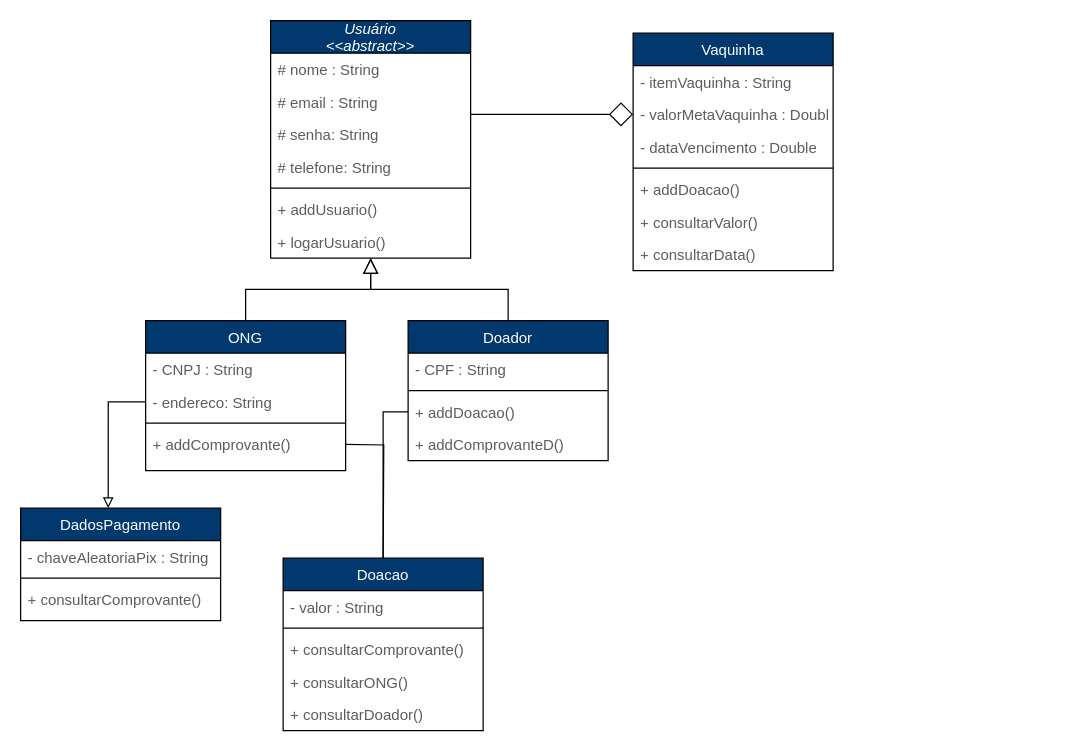
apires-roberta/bp keeps this draw.io diagram as BetterPlaceBE/DiagramadeClasses-06.drawio. Above is the earlier version. Source tidied: cells renumbered, new cells numbered last; positions are measured from the earlier drawing's top-left corner, leaving out a move shared by most shapes. Both pictures are drawn from the tidied source at 125%, with x=0, y=0 at pixel (20, 20).
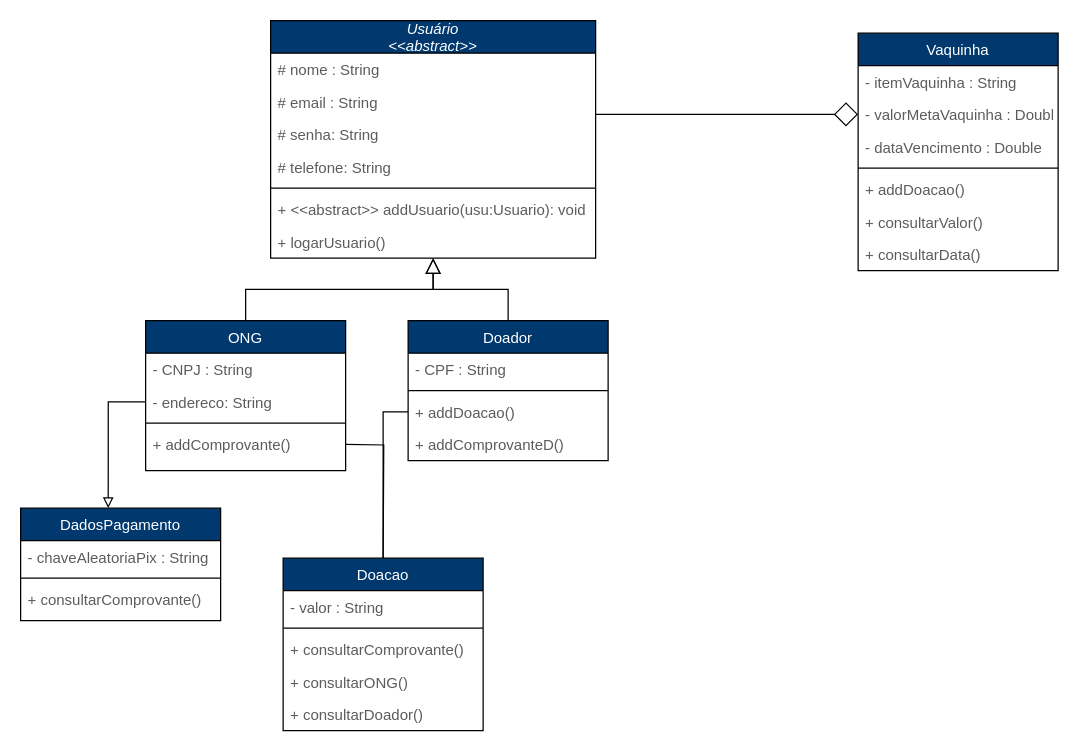
After the change.

Commit message:
diagrama de classe v1.1

Diff of the diagram source:
```diff
@@
     <mxCell id="2" value="Usuário&#10;&lt;&lt;abstract&gt;&gt;" style="swimlane;fontStyle=2;align=center;verticalAlign=middle;horizontal=1;startSize=26;rounded=0;shadow=0;strokeWidth=1;fillColor=#01396F;strokeColor=#000000;fontColor=#FFFFFF;" parent="1" vertex="1">
-      <mxGeometry x="200" width="160" height="190" as="geometry" />
+      <mxGeometry x="200" width="260" height="190" as="geometry" />
     </mxCell>
     <mxCell id="3" value="# nome : String" style="text;align=left;verticalAlign=top;spacingLeft=4;spacingRight=4;overflow=hidden;fontColor=#5C5C5C;" parent="2" vertex="1">
-      <mxGeometry y="26" width="160" height="26" as="geometry" />
+      <mxGeometry y="26" width="260" height="26" as="geometry" />
     </mxCell>
     <mxCell id="4" value="# email : String" style="text;align=left;verticalAlign=top;spacingLeft=4;spacingRight=4;overflow=hidden;points=[[0,0.5],[1,0.5]];portConstraint=eastwest;rounded=0;shadow=0;html=0;fontColor=#5C5C5C;" parent="2" vertex="1">
-      <mxGeometry y="52" width="160" height="26" as="geometry" />
+      <mxGeometry y="52" width="260" height="26" as="geometry" />
     </mxCell>
     <mxCell id="5" value="# senha: String" style="text;align=left;verticalAlign=top;spacingLeft=4;spacingRight=4;overflow=hidden;rounded=0;shadow=0;html=0;fontColor=#5C5C5C;" parent="2" vertex="1">
-      <mxGeometry y="78" width="160" height="26" as="geometry" />
+      <mxGeometry y="78" width="260" height="26" as="geometry" />
     </mxCell>
     <mxCell id="6" value="# telefone: String" style="text;align=left;verticalAlign=top;spacingLeft=4;spacingRight=4;overflow=hidden;rounded=0;shadow=0;html=0;fontColor=#5C5C5C;" parent="2" vertex="1">
-      <mxGeometry y="104" width="160" height="26" as="geometry" />
+      <mxGeometry y="104" width="260" height="26" as="geometry" />
     </mxCell>
     <mxCell id="7" style="line;html=1;strokeWidth=1;align=left;verticalAlign=middle;spacingTop=-1;spacingLeft=3;spacingRight=3;labelPosition=right;fillColor=#21C0A5;strokeColor=#000000;fontColor=#5C5C5C;" parent="2" vertex="1">
-      <mxGeometry y="130" width="160" height="8" as="geometry" />
+      <mxGeometry y="130" width="260" height="8" as="geometry" />
     </mxCell>
-    <mxCell id="8" value="+ addUsuario()" style="text;align=left;verticalAlign=top;spacingLeft=4;spacingRight=4;overflow=hidden;fontColor=#5C5C5C;" parent="2" vertex="1">
-      <mxGeometry y="138" width="160" height="26" as="geometry" />
+    <mxCell id="8" value="+ &lt;&lt;abstract&gt;&gt; addUsuario(usu:Usuario): void" style="text;align=left;verticalAlign=top;spacingLeft=4;spacingRight=4;overflow=hidden;fontColor=#5C5C5C;" parent="2" vertex="1">
+      <mxGeometry y="138" width="260" height="26" as="geometry" />
     </mxCell>
     <mxCell id="9" value="+ logarUsuario()" style="text;align=left;verticalAlign=top;spacingLeft=4;spacingRight=4;overflow=hidden;fontColor=#5C5C5C;" parent="2" vertex="1">
-      <mxGeometry y="164" width="160" height="26" as="geometry" />
+      <mxGeometry y="164" width="260" height="26" as="geometry" />
     </mxCell>
@@
     <mxCell id="27" value="Vaquinha" style="swimlane;fontStyle=0;align=center;verticalAlign=top;horizontal=1;startSize=26;rounded=0;shadow=0;strokeWidth=1;fillColor=#01396F;strokeColor=#000000;fontColor=#FFFFFF;" parent="1" vertex="1">
-      <mxGeometry x="490" y="10" width="160" height="190" as="geometry" />
+      <mxGeometry x="670" y="10" width="160" height="190" as="geometry" />
     </mxCell>
```
